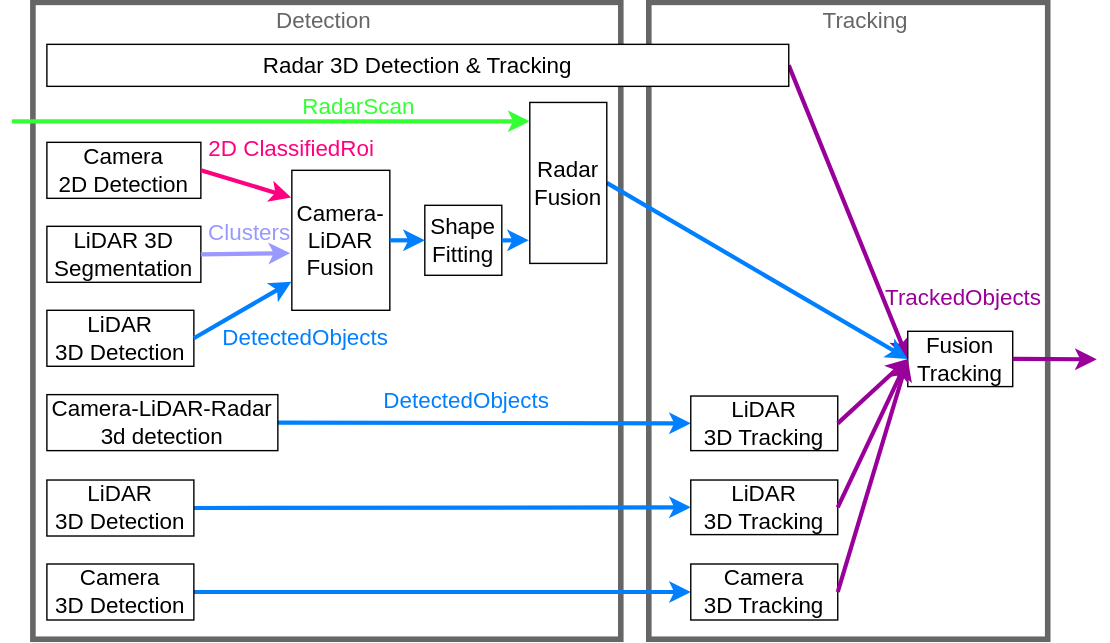
The draw.io diagram perception/figure/perception_pipeline.drawio.svg in scepter914/autoware-architecture-proposal, before a commit. Source tidied: cells renumbered, new cells last; positions are measured from the earlier drawing's top-left corner, leaving out a move shared by most shapes.
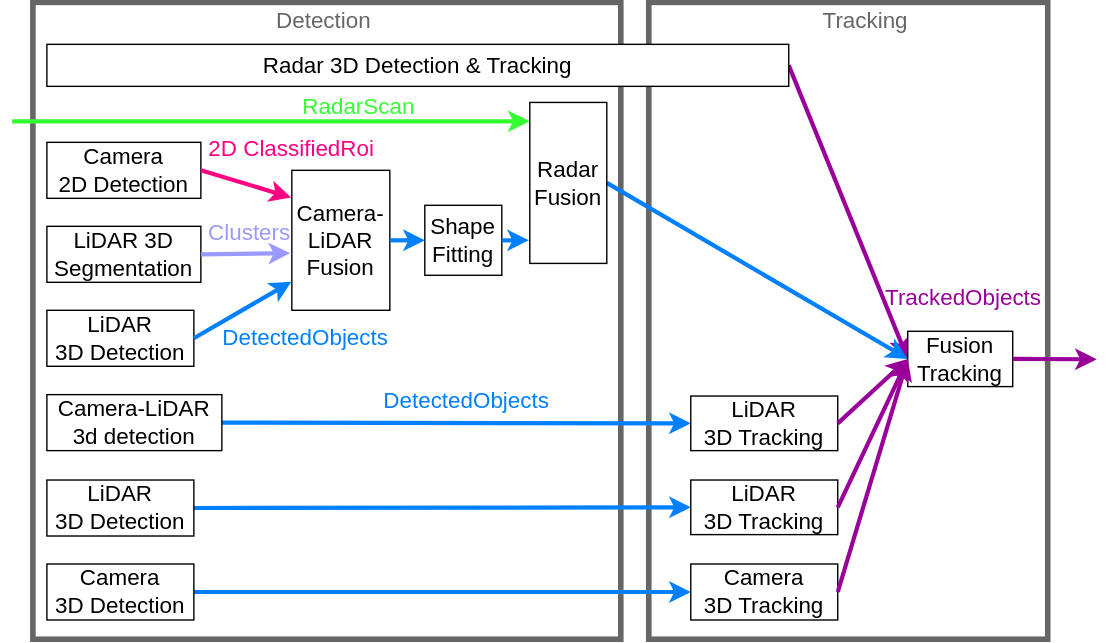
The same diagram one commit later.

Commit message:
Add perception documents

What changed in the source:
```diff
@@ -110,8 +110,8 @@
     <mxCell id="35" value="&lt;font style=&quot;font-size: 16px&quot;&gt;&lt;font color=&quot;#007fff&quot;&gt;DetectedObjects&lt;/font&gt;&lt;br&gt;&lt;/font&gt;" style="text;html=1;strokeColor=none;fillColor=none;align=center;verticalAlign=middle;whiteSpace=wrap;rounded=0;fontSize=15;" parent="1" vertex="1">
       <mxGeometry x="290" y="274.5" width="70" height="18" as="geometry" />
     </mxCell>
-    <mxCell id="36" value="&lt;font style=&quot;font-size: 16px&quot;&gt;Camera-LiDAR-Radar&amp;nbsp;&lt;br&gt;3d detection&lt;br&gt;&lt;/font&gt;" style="rounded=0;whiteSpace=wrap;html=1;" parent="1" vertex="1">
-      <mxGeometry x="25" y="280.2" width="165" height="40" as="geometry" />
+    <mxCell id="36" value="&lt;font style=&quot;font-size: 16px&quot;&gt;Camera-LiDAR&amp;nbsp;&lt;br&gt;3d detection&lt;br&gt;&lt;/font&gt;" style="rounded=0;whiteSpace=wrap;html=1;" parent="1" vertex="1">
+      <mxGeometry x="25" y="280.2" width="125" height="40" as="geometry" />
     </mxCell>
     <mxCell id="37" value="&lt;font style=&quot;font-size: 16px&quot;&gt;LiDAR&lt;br&gt;3D Detection&lt;br&gt;&lt;/font&gt;" style="rounded=0;whiteSpace=wrap;html=1;" parent="1" vertex="1">
       <mxGeometry x="25" y="220" width="105" height="40" as="geometry" />
```
